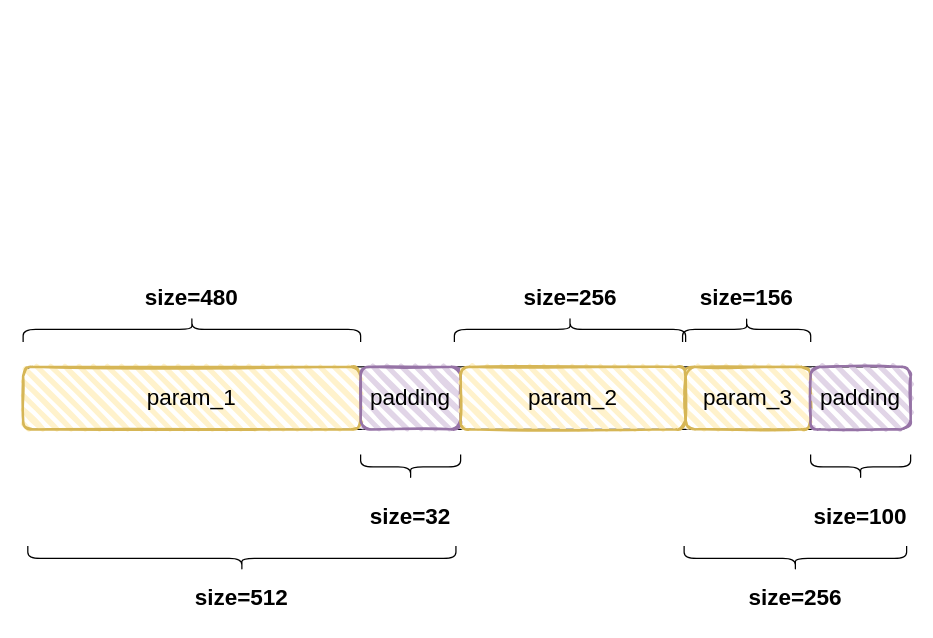
Above: FusedcommBuffer.drawio in zty-king/zty-king (draw.io), before the change. Source tidied: cells renumbered, new cells numbered last; positions are measured from the earlier drawing's top-left corner, leaving out a move shared by most shapes. Both pictures are drawn from the tidied source at 125%, with x=0, y=0 at pixel (22, 160).
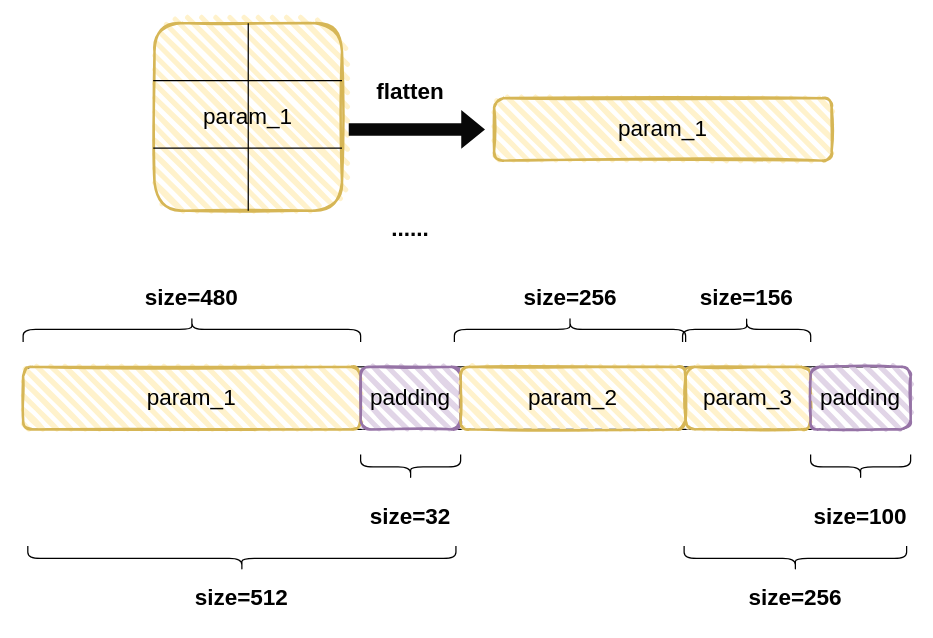
The same diagram, later.

The edit, as a diff of the source:
```diff
@@
+    <mxCell id="22" style="rounded=1;whiteSpace=wrap;html=1;strokeWidth=2;fillWeight=4;hachureGap=8;hachureAngle=45;fillColor=#fff2cc;sketch=1;strokeColor=#d6b656;" parent="1" vertex="1">
+      <mxGeometry x="105.1" y="-110" width="150" height="150" as="geometry" />
+    </mxCell>
+    <mxCell id="23" style="endArrow=none;html=1;rounded=0;entryX=0.5;entryY=0;entryDx=0;entryDy=0;exitX=0.5;exitY=1;exitDx=0;exitDy=0;" parent="1" edge="1" source="22" target="22">
+      <mxGeometry relative="1" as="geometry" />
+    </mxCell>
+    <mxCell id="24" style="endArrow=none;html=1;rounded=0;entryX=1;entryY=0.307;entryDx=0;entryDy=0;exitX=-0.007;exitY=0.307;exitDx=0;exitDy=0;entryPerimeter=0;exitPerimeter=0;" parent="1" edge="1" source="22" target="22">
+      <mxGeometry relative="1" as="geometry" />
+    </mxCell>
+    <mxCell id="25" style="endArrow=none;html=1;rounded=0;entryX=1;entryY=0.307;entryDx=0;entryDy=0;exitX=-0.007;exitY=0.307;exitDx=0;exitDy=0;entryPerimeter=0;exitPerimeter=0;" parent="1" edge="1">
+      <mxGeometry relative="1" as="geometry">
+        <mxPoint x="104.1" y="-10" as="sourcePoint" />
+        <mxPoint x="255.1" y="-10" as="targetPoint" />
+      </mxGeometry>
+    </mxCell>
+    <mxCell id="26" value="&lt;span style=&quot;font-size: 18px;&quot;&gt;param_1&lt;/span&gt;" style="text;html=1;whiteSpace=wrap;strokeColor=none;fillColor=none;align=center;verticalAlign=middle;rounded=0;" parent="1" vertex="1">
+      <mxGeometry x="150.1" y="-50" width="60" height="30" as="geometry" />
+    </mxCell>
+    <mxCell id="27" value="&lt;font style=&quot;font-size: 18px;&quot;&gt;param_1&lt;/font&gt;" style="rounded=1;whiteSpace=wrap;html=1;strokeWidth=2;fillWeight=4;hachureGap=8;hachureAngle=45;fillColor=#fff2cc;sketch=1;strokeColor=#d6b656;" parent="1" vertex="1">
+      <mxGeometry x="376.8" y="-50" width="270" height="50" as="geometry" />
+    </mxCell>
+    <mxCell id="28" style="shape=flexArrow;endArrow=classic;html=1;rounded=0;strokeColor=none;fillColor=light-dark(#080808, #ededed);" parent="1" edge="1">
+      <mxGeometry relative="1" as="geometry">
+        <mxPoint x="260" y="-25" as="sourcePoint" />
+        <mxPoint x="370" y="-25" as="targetPoint" />
+      </mxGeometry>
+    </mxCell>
+    <mxCell id="29" value="&lt;b&gt;&lt;font style=&quot;font-size: 18px;&quot;&gt;flatten&lt;/font&gt;&lt;/b&gt;" style="text;html=1;whiteSpace=wrap;strokeColor=none;fillColor=none;align=center;verticalAlign=middle;rounded=0;" parent="1" vertex="1">
+      <mxGeometry x="280" y="-70" width="60" height="30" as="geometry" />
+    </mxCell>
+    <mxCell id="30" value="&lt;b&gt;&lt;font style=&quot;font-size: 18px;&quot;&gt;......&lt;/font&gt;&lt;/b&gt;" style="text;html=1;whiteSpace=wrap;strokeColor=none;fillColor=none;align=center;verticalAlign=middle;rounded=0;" parent="1" vertex="1">
+      <mxGeometry x="280" y="40" width="60" height="30" as="geometry" />
+    </mxCell>
```
